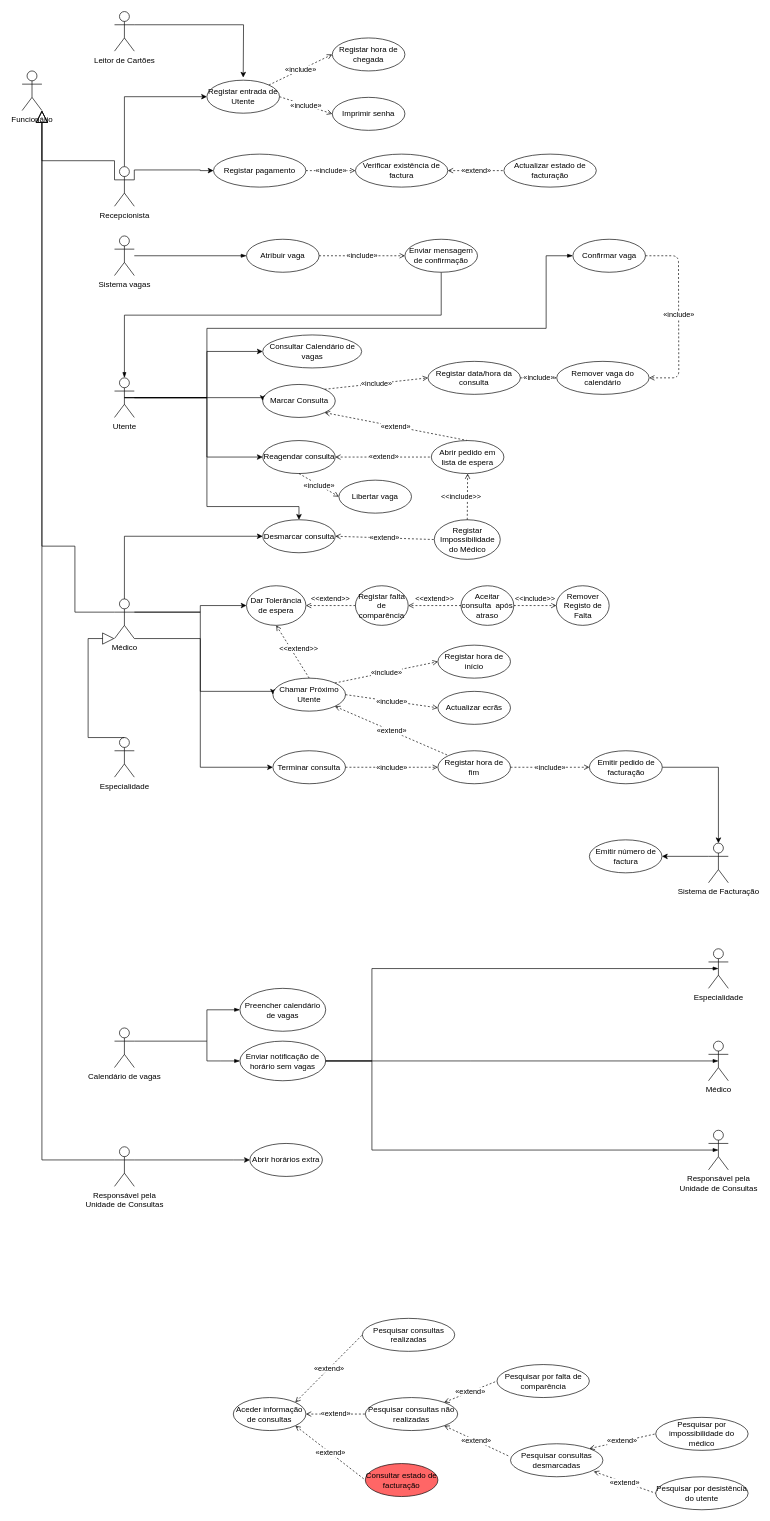
Earlier version of the draw.io diagram page "Page-1" (1 of 7) of 1. Diagramas de Use Cases.drawio (carlan92/Hospital_Management_System). Source tidied: cells renumbered, new cells numbered last; positions are measured from the earlier drawing's top-left corner, leaving out a move shared by most shapes. Both pictures are drawn from the tidied source at 66%, with x=0, y=0 at pixel (22, 11).
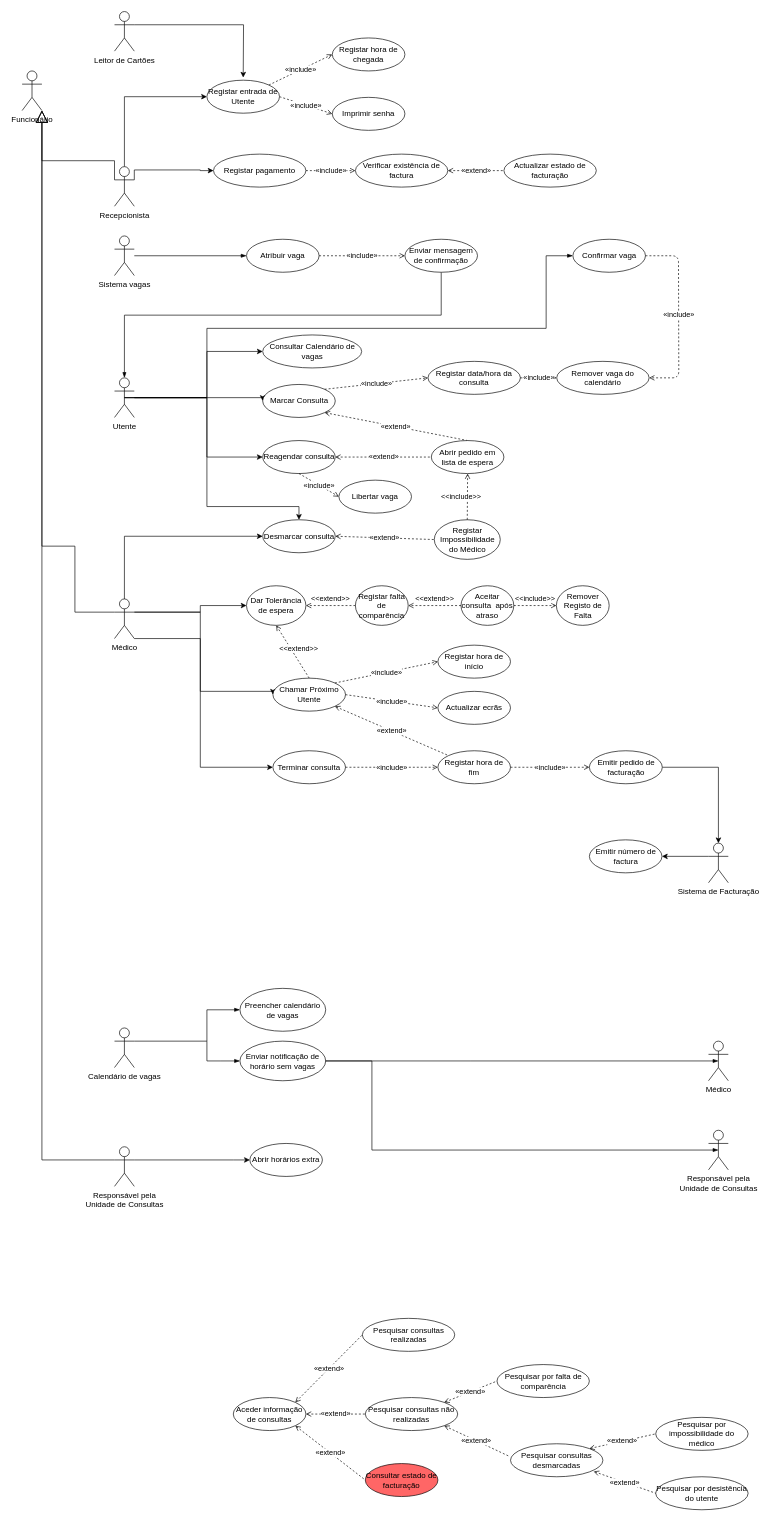
Above is the later version.

Unchanged cells that the change refers to:
```xml
<mxCell id="14" value="Médico" style="shape=umlActor;verticalLabelPosition=bottom;verticalAlign=top;html=1;outlineConnect=0;" parent="1" vertex="1">
  <mxGeometry x="140" y="890" width="30" height="60" as="geometry" />
</mxCell>
<mxCell id="45" value="Enviar notificação de horário sem vagas" style="ellipse;whiteSpace=wrap;html=1;" parent="1" vertex="1">
  <mxGeometry x="330" y="1560" width="130" height="60" as="geometry" />
</mxCell>
```

What changed in the source:
```diff
@@
-    <mxCell id="40" value="Especialidade" style="shape=umlActor;verticalLabelPosition=bottom;verticalAlign=top;html=1;" parent="1" vertex="1">
-      <mxGeometry x="140" y="1100" width="30" height="60" as="geometry" />
-    </mxCell>
@@
-    <mxCell id="42" style="edgeStyle=orthogonalEdgeStyle;rounded=0;jettySize=auto;html=1;startArrow=none;startFill=0;startSize=6;endArrow=blockThin;endFill=1;endSize=6;entryX=0.5;entryY=0.5;entryDx=0;entryDy=0;entryPerimeter=0;exitX=1;exitY=0.5;exitDx=0;exitDy=0;" parent="1" edge="1" source="45" target="60">
-      <mxGeometry relative="1" as="geometry">
-        <Array as="points">
-          <mxPoint x="430" y="1590" />
-          <mxPoint x="530" y="1590" />
-          <mxPoint x="530" y="1450" />
-        </Array>
-      </mxGeometry>
-    </mxCell>
@@
-    <mxCell id="46" style="edgeStyle=orthogonalEdgeStyle;rounded=0;jettySize=auto;html=1;endArrow=none;endFill=0;startArrow=block;startFill=0;endSize=6;startSize=16;exitX=0;exitY=1;exitDx=0;exitDy=0;exitPerimeter=0;" parent="1" edge="1" source="14">
-      <mxGeometry relative="1" as="geometry">
-        <mxPoint x="155" y="1100" as="targetPoint" />
-        <Array as="points">
-          <mxPoint x="100" y="950" />
-          <mxPoint x="100" y="1100" />
-        </Array>
-      </mxGeometry>
-    </mxCell>
@@
-    <mxCell id="60" value="Especialidade" style="shape=umlActor;verticalLabelPosition=bottom;verticalAlign=top;html=1;outlineConnect=0;" parent="1" vertex="1">
-      <mxGeometry x="1040" y="1420" width="30" height="60" as="geometry" />
-    </mxCell>
```
